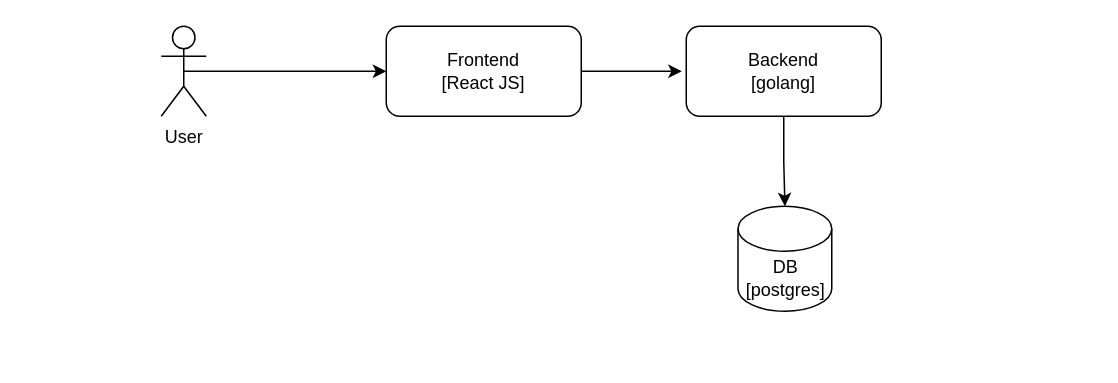
Above: draw.io/expense_tracker_Diagram.drawio in cbesangeeth/diagrams (draw.io), before the change. Source tidied: cells renumbered, new cells numbered last; positions are measured from the earlier drawing's top-left corner, leaving out a move shared by most shapes. Both pictures are drawn from the tidied source at 150%, with x=0, y=0 at pixel (160, 26).
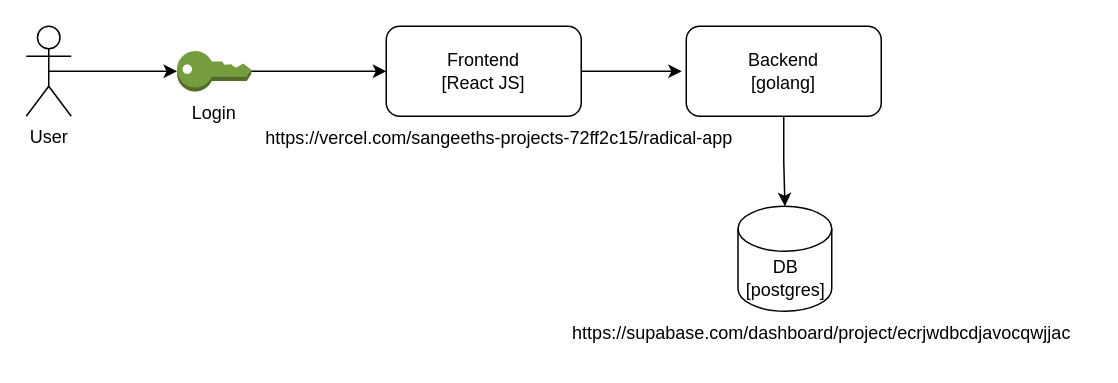
The same diagram, later.

What changed in the source:
```diff
@@
 <mxGraphModel>
   <root>
     <mxCell id="0" />
     <mxCell id="1" parent="0" />
     <mxCell id="2" style="edgeStyle=orthogonalEdgeStyle;rounded=0;jettySize=auto;html=1;exitX=0.5;exitY=1;exitDx=0;exitDy=0;" parent="1" edge="1" source="3" target="4">
       <mxGeometry relative="1" as="geometry" />
     </mxCell>
     <mxCell id="3" value="Backend&lt;div&gt;[golang]&lt;/div&gt;" style="rounded=1;whiteSpace=wrap;html=1;fillColor=default;" parent="1" vertex="1">
       <mxGeometry x="350" width="130" height="60" as="geometry" />
     </mxCell>
     <mxCell id="4" value="DB&lt;div&gt;[postgres]&lt;/div&gt;" style="shape=cylinder3;whiteSpace=wrap;html=1;boundedLbl=1;backgroundOutline=1;size=15;" parent="1" vertex="1">
       <mxGeometry x="384.5" y="120" width="62.5" height="70" as="geometry" />
     </mxCell>
     <mxCell id="5" value="Frontend&lt;div&gt;[React JS]&lt;/div&gt;" style="rounded=1;whiteSpace=wrap;html=1;" parent="1" vertex="1">
       <mxGeometry x="150" width="130" height="60" as="geometry" />
     </mxCell>
-    <mxCell id="6" style="edgeStyle=orthogonalEdgeStyle;rounded=0;jettySize=auto;html=1;exitX=0.5;exitY=0.5;exitDx=0;exitDy=0;exitPerimeter=0;entryX=0;entryY=0.5;entryDx=0;entryDy=0;" parent="1" edge="1" source="7" target="5">
+    <mxCell id="6" style="edgeStyle=orthogonalEdgeStyle;rounded=0;jettySize=auto;html=1;exitX=0.5;exitY=0.5;exitDx=0;exitDy=0;exitPerimeter=0;entryX=0;entryY=0.5;entryDx=0;entryDy=0;entryPerimeter=0;" parent="1" edge="1" source="7" target="12">
       <mxGeometry relative="1" as="geometry" />
     </mxCell>
     <mxCell id="7" value="User" style="shape=umlActor;verticalLabelPosition=bottom;verticalAlign=top;html=1;outlineConnect=0;" parent="1" vertex="1">
-      <mxGeometry width="30" height="60" as="geometry" />
+      <mxGeometry x="-90" width="30" height="60" as="geometry" />
     </mxCell>
     <mxCell id="8" style="edgeStyle=orthogonalEdgeStyle;rounded=0;jettySize=auto;html=1;" parent="1" edge="1" source="5">
       <mxGeometry relative="1" as="geometry">
         <mxPoint x="347" y="30" as="targetPoint" />
       </mxGeometry>
     </mxCell>
+    <mxCell id="9" value="https://supabase.com/dashboard/project/ecrjwdbcdjavocqwjjac" style="text;html=1;align=center;verticalAlign=middle;strokeColor=none;fillColor=none;" parent="1" vertex="1">
+      <mxGeometry x="260" y="190" width="360" height="30" as="geometry" />
+    </mxCell>
+    <mxCell id="10" value="https://vercel.com/sangeeths-projects-72ff2c15/radical-app" style="text;html=1;align=center;verticalAlign=middle;strokeColor=none;fillColor=none;" parent="1" vertex="1">
+      <mxGeometry x="60" y="60" width="330" height="30" as="geometry" />
+    </mxCell>
+    <mxCell id="11" style="edgeStyle=orthogonalEdgeStyle;rounded=0;jettySize=auto;html=1;exitX=1;exitY=0.5;exitDx=0;exitDy=0;exitPerimeter=0;entryX=0;entryY=0.5;entryDx=0;entryDy=0;" parent="1" edge="1" source="12" target="5">
+      <mxGeometry relative="1" as="geometry" />
+    </mxCell>
+    <mxCell id="12" value="Login" style="outlineConnect=0;dashed=0;verticalLabelPosition=bottom;verticalAlign=top;align=center;html=1;shape=mxgraph.aws3.add_on;fillColor=#759C3E;gradientColor=none;" parent="1" vertex="1">
+      <mxGeometry x="10.5" y="16.5" width="49.5" height="27" as="geometry" />
+    </mxCell>
   </root>
 </mxGraphModel>
```
